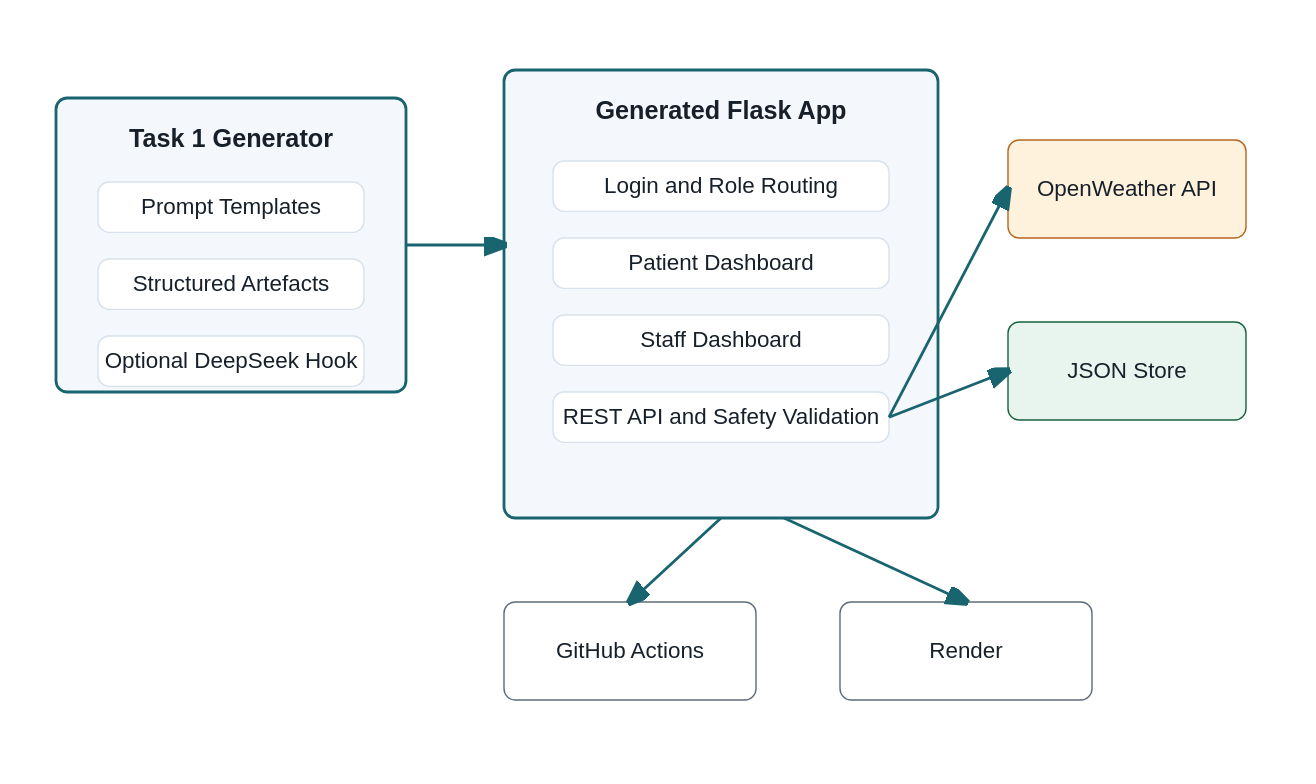
Before: Task2/clinic_app/artifacts/diagrams/component_diagram.svg, a diagram exported from PlantUML (XGS61/DTS114). Its source is kept beside it as Task2/clinic_app/artifacts/diagrams/component_diagram.puml. Its diagram source:
```plantuml
@startuml
package "Task 1 Generator Notebook" {
  [Prompt Templates]
  [Structured JSON Artefacts]
  [Optional DeepSeek Hook]
}
package "Generated Flask App" {
  [Login UI]
  [Patient Dashboard]
  [Staff Dashboard]
  [REST API]
  [Safety Validation]
  [OpenWeather Adapter]
}
database "JSON Appointment Store" as Store
cloud "GitHub Actions CI" as CI
cloud "Render Deployment" as Render

[Prompt Templates] --> [Structured JSON Artefacts]
[Structured JSON Artefacts] --> [REST API]
[Login UI] --> [REST API]
[Patient Dashboard] --> [REST API]
[Staff Dashboard] --> [REST API]
[REST API] --> Store
[REST API] --> [OpenWeather Adapter]
[REST API] --> [Safety Validation]
[REST API] --> CI
[REST API] --> Render
@enduml
```
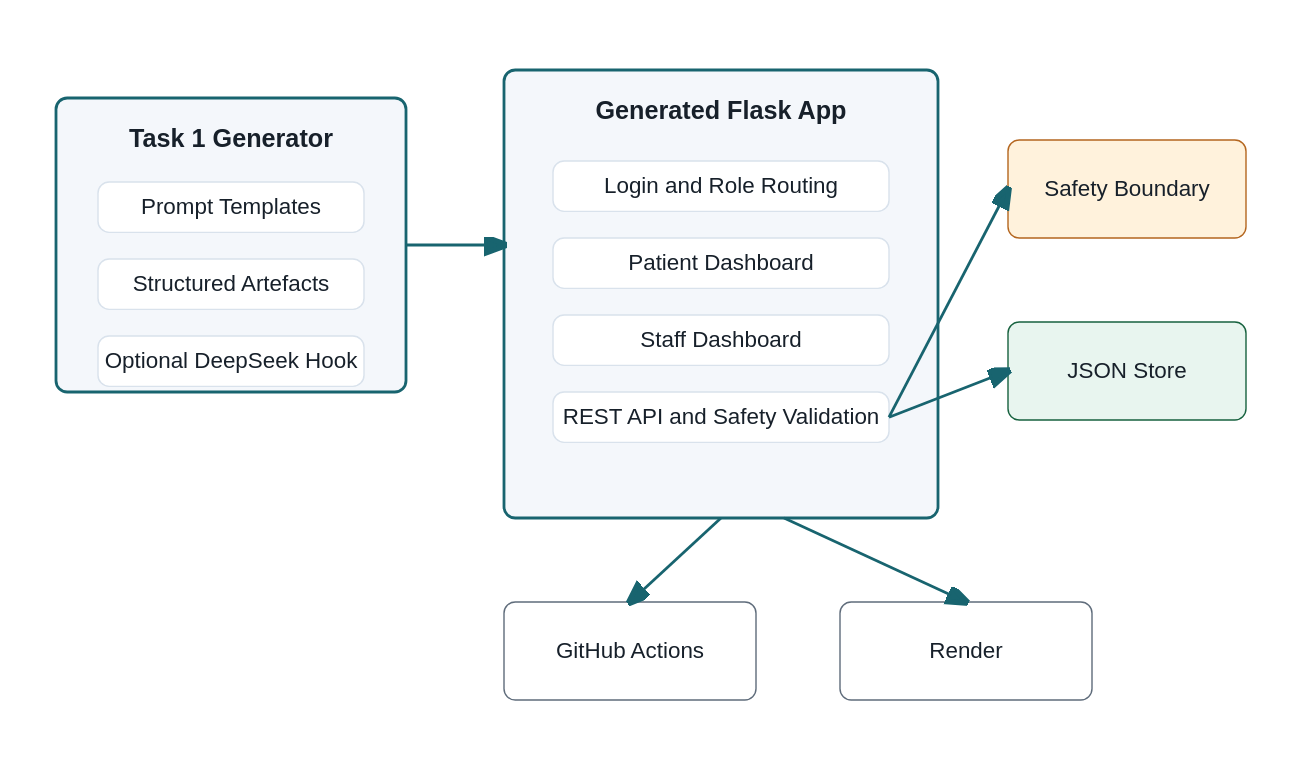
The same file after the commit.

The edit, as a diff of the source:
```diff
@@ -10,7 +10,6 @@
   [Staff Dashboard]
   [REST API]
   [Safety Validation]
-  [OpenWeather Adapter]
 }
 database "JSON Appointment Store" as Store
 cloud "GitHub Actions CI" as CI
@@ -22,7 +21,6 @@
 [Patient Dashboard] --> [REST API]
 [Staff Dashboard] --> [REST API]
 [REST API] --> Store
-[REST API] --> [OpenWeather Adapter]
 [REST API] --> [Safety Validation]
 [REST API] --> CI
 [REST API] --> Render
```
